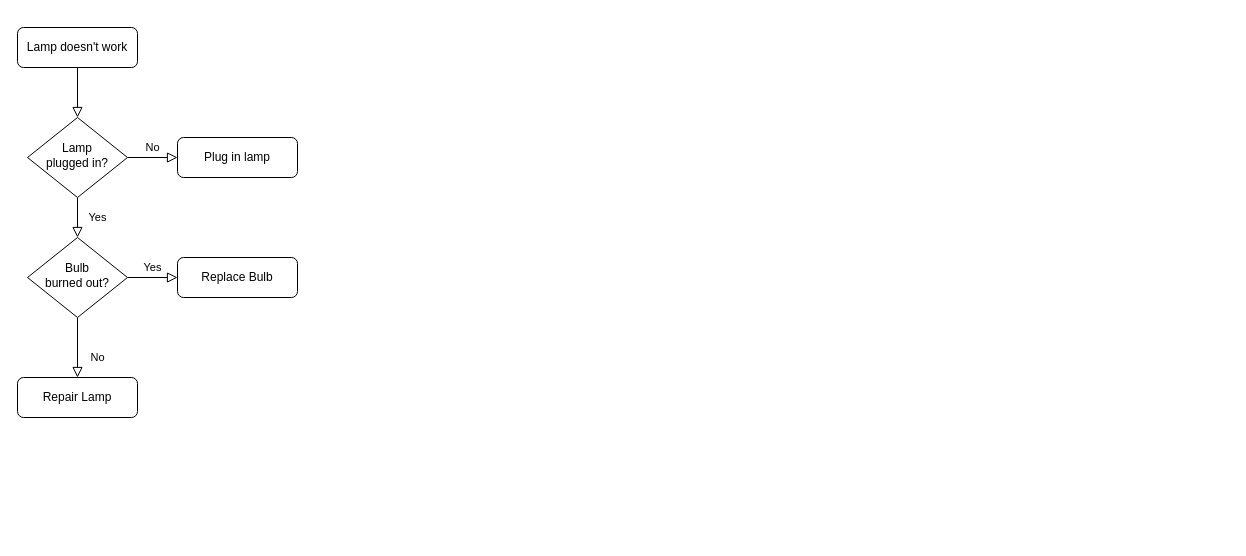
Before: Diagrams/algorithmflow.drawio in mekuro9/PWAO-CSU, a draw.io diagram. Source tidied: cells renumbered, new cells numbered last; positions are measured from the earlier drawing's top-left corner, leaving out a move shared by most shapes. Both pictures are drawn from the tidied source at 100%, with x=0, y=0 at pixel (17, 27).
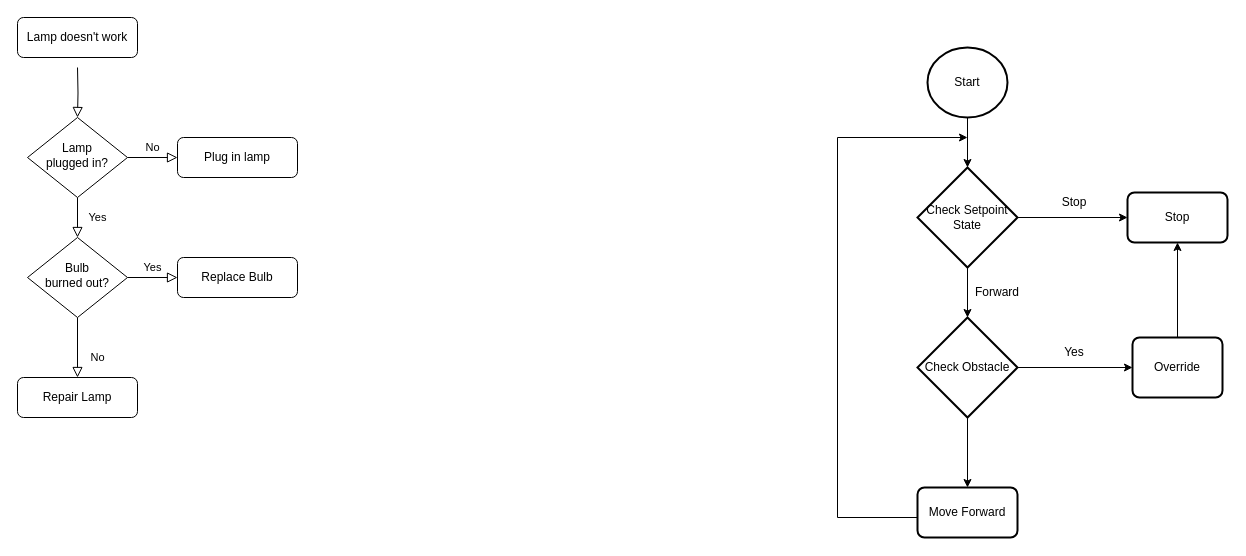
After the change.

The change refers to these unchanged cells:
```xml
<mxCell id="6" value="Lamp&lt;br&gt;plugged in?" style="rhombus;whiteSpace=wrap;html=1;shadow=0;fontFamily=Helvetica;fontSize=12;align=center;strokeWidth=1;spacing=6;spacingTop=-4;" parent="1" vertex="1">
  <mxGeometry x="10" y="90" width="100" height="80" as="geometry" />
</mxCell>
```

Diff of the diagram source:
```diff
@@
-    <mxCell id="2" style="rounded=0;html=1;jettySize=auto;fontSize=11;endArrow=block;endFill=0;endSize=8;strokeWidth=1;shadow=0;labelBackgroundColor=none;edgeStyle=orthogonalEdgeStyle;" parent="1" edge="1" source="3" target="6">
-      <mxGeometry relative="1" as="geometry" />
+    <mxCell id="2" style="rounded=0;html=1;jettySize=auto;fontSize=11;endArrow=block;endFill=0;endSize=8;strokeWidth=1;shadow=0;labelBackgroundColor=none;edgeStyle=orthogonalEdgeStyle;" parent="1" edge="1" target="6">
+      <mxGeometry relative="1" as="geometry">
+        <mxPoint x="60" y="40" as="sourcePoint" />
+      </mxGeometry>
     </mxCell>
     <mxCell id="3" value="Lamp doesn't work" style="rounded=1;whiteSpace=wrap;html=1;fontSize=12;glass=0;strokeWidth=1;shadow=0;" parent="1" vertex="1">
-      <mxGeometry width="120" height="40" as="geometry" />
+      <mxGeometry y="-10" width="120" height="40" as="geometry" />
     </mxCell>
@@
+    <mxCell id="13" value="Stop" style="rounded=1;whiteSpace=wrap;html=1;absoluteArcSize=1;arcSize=14;strokeWidth=2;" parent="1" vertex="1">
+      <mxGeometry x="1110" y="165" width="100" height="50" as="geometry" />
+    </mxCell>
+    <mxCell id="14" value="Start" style="strokeWidth=2;html=1;shape=mxgraph.flowchart.start_2;whiteSpace=wrap;" parent="1" vertex="1">
+      <mxGeometry x="910" y="20" width="80" height="70" as="geometry" />
+    </mxCell>
+    <mxCell id="15" style="edgeStyle=orthogonalEdgeStyle;rounded=0;jettySize=auto;html=1;entryX=0;entryY=0.5;entryDx=0;entryDy=0;" parent="1" edge="1" source="16" target="13">
+      <mxGeometry relative="1" as="geometry" />
+    </mxCell>
+    <mxCell id="16" value="Check Setpoint State" style="strokeWidth=2;html=1;shape=mxgraph.flowchart.decision;whiteSpace=wrap;" parent="1" vertex="1">
+      <mxGeometry x="900" y="140" width="100" height="100" as="geometry" />
+    </mxCell>
+    <mxCell id="17" style="edgeStyle=orthogonalEdgeStyle;rounded=0;jettySize=auto;html=1;entryX=0.5;entryY=0;entryDx=0;entryDy=0;" parent="1" edge="1" source="19" target="21">
+      <mxGeometry relative="1" as="geometry" />
+    </mxCell>
+    <mxCell id="18" style="edgeStyle=orthogonalEdgeStyle;rounded=0;jettySize=auto;html=1;entryX=0;entryY=0.5;entryDx=0;entryDy=0;" parent="1" edge="1" source="19" target="23">
+      <mxGeometry relative="1" as="geometry" />
+    </mxCell>
+    <mxCell id="19" value="Check Obstacle" style="strokeWidth=2;html=1;shape=mxgraph.flowchart.decision;whiteSpace=wrap;" parent="1" vertex="1">
+      <mxGeometry x="900" y="290" width="100" height="100" as="geometry" />
+    </mxCell>
+    <mxCell id="20" style="edgeStyle=orthogonalEdgeStyle;rounded=0;jettySize=auto;html=1;" parent="1" edge="1" source="21">
+      <mxGeometry relative="1" as="geometry">
+        <mxPoint x="950" y="110" as="targetPoint" />
+        <Array as="points">
+          <mxPoint x="820" y="490" />
+          <mxPoint x="820" y="110" />
+        </Array>
+      </mxGeometry>
+    </mxCell>
+    <mxCell id="21" value="Move Forward" style="rounded=1;whiteSpace=wrap;html=1;absoluteArcSize=1;arcSize=14;strokeWidth=2;" parent="1" vertex="1">
+      <mxGeometry x="900" y="460" width="100" height="50" as="geometry" />
+    </mxCell>
+    <mxCell id="22" style="edgeStyle=orthogonalEdgeStyle;rounded=0;jettySize=auto;html=1;entryX=0.5;entryY=1;entryDx=0;entryDy=0;" parent="1" edge="1" source="23" target="13">
+      <mxGeometry relative="1" as="geometry" />
+    </mxCell>
+    <mxCell id="23" value="Override" style="rounded=1;whiteSpace=wrap;html=1;absoluteArcSize=1;arcSize=14;strokeWidth=2;" parent="1" vertex="1">
+      <mxGeometry x="1115" y="310" width="90" height="60" as="geometry" />
+    </mxCell>
+    <mxCell id="24" style="edgeStyle=orthogonalEdgeStyle;rounded=0;jettySize=auto;html=1;entryX=0.5;entryY=0;entryDx=0;entryDy=0;entryPerimeter=0;" parent="1" edge="1" source="14" target="16">
+      <mxGeometry relative="1" as="geometry" />
+    </mxCell>
+    <mxCell id="25" style="edgeStyle=orthogonalEdgeStyle;rounded=0;jettySize=auto;html=1;entryX=0.5;entryY=0;entryDx=0;entryDy=0;entryPerimeter=0;" parent="1" edge="1" source="16" target="19">
+      <mxGeometry relative="1" as="geometry" />
+    </mxCell>
+    <mxCell id="26" value="Stop" style="text;html=1;align=center;verticalAlign=middle;whiteSpace=wrap;rounded=0;" parent="1" vertex="1">
+      <mxGeometry x="1027" y="160" width="60" height="30" as="geometry" />
+    </mxCell>
+    <mxCell id="27" value="Yes" style="text;html=1;align=center;verticalAlign=middle;whiteSpace=wrap;rounded=0;" parent="1" vertex="1">
+      <mxGeometry x="1027" y="310" width="60" height="30" as="geometry" />
+    </mxCell>
+    <mxCell id="28" value="Forward" style="text;html=1;align=center;verticalAlign=middle;whiteSpace=wrap;rounded=0;" parent="1" vertex="1">
+      <mxGeometry x="950" y="250" width="60" height="30" as="geometry" />
+    </mxCell>
```
